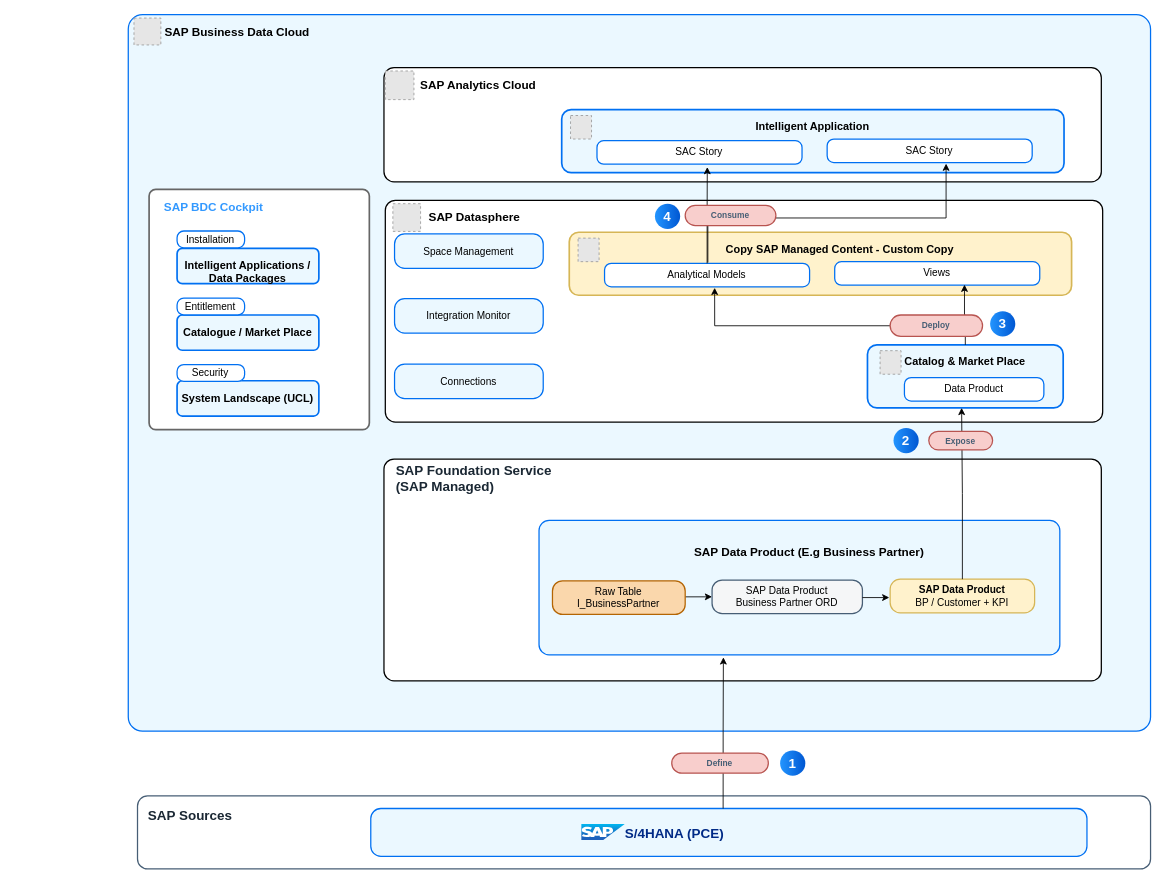
The draw.io diagram docs/ref-arch/RA0013/3-intelligent-applications-greenfield-bdc/drawio/sap-managed-custom-intelligent-application.drawio in SAP/architecture-center, before the edit. Source tidied: cells renumbered, new cells numbered last; positions are measured from the earlier drawing's top-left corner, leaving out a move shared by most shapes. Both pictures are drawn from the tidied source at 84%, with x=0, y=0 at pixel (21, 14). Pictures stored in the file or linked from it are replaced by grey dashed boxes.
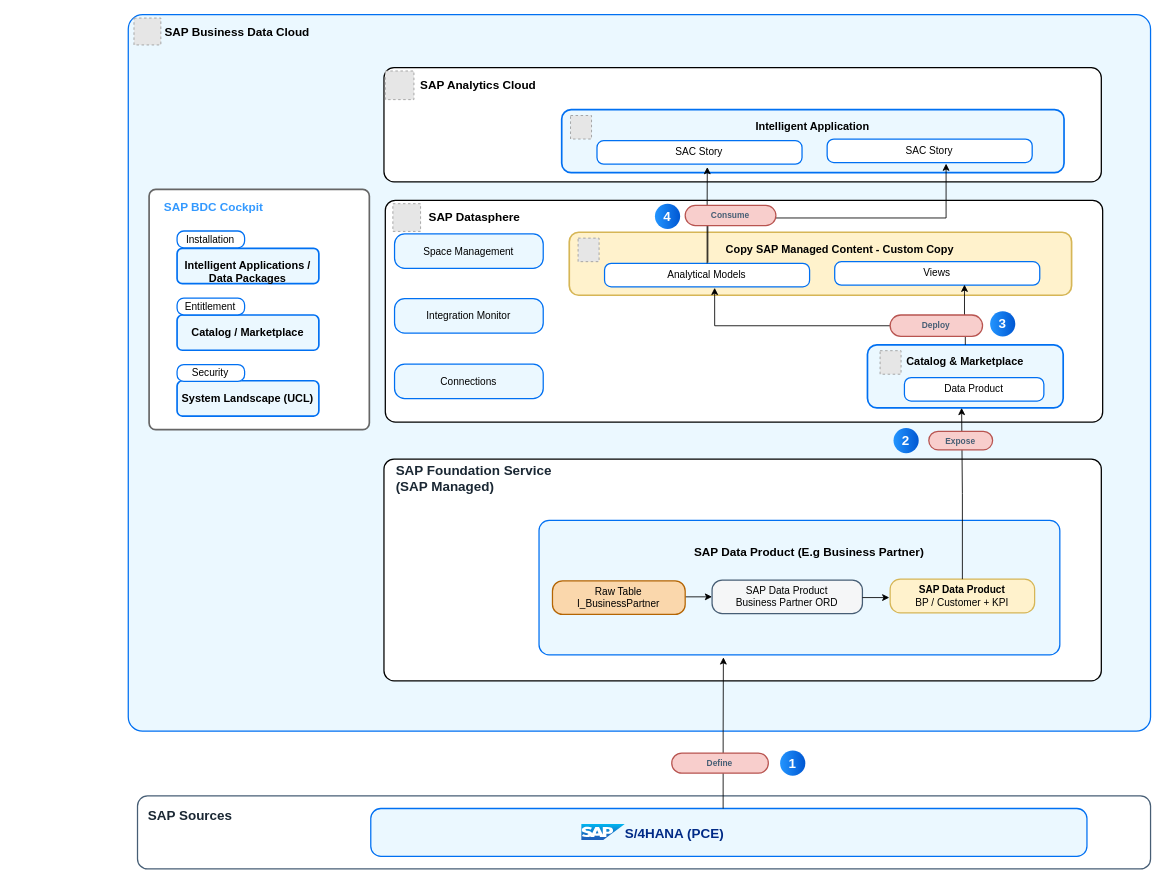
After the change.

Commit message (it also covers changes not shown here):
Fix typos and update references in documentation and diagrams related to SAP BDC and Intelligent Applications

The change refers to these unchanged cells:
```xml
<mxCell id="5" style="group;" parent="1" vertex="1">
  <mxGeometry x="138.2" y="208" width="276" height="286" as="geometry" />
</mxCell>
<mxCell id="33" style="group;" parent="1" vertex="1">
  <mxGeometry x="1007.2" y="398" width="233" height="70" as="geometry" />
</mxCell>
```

What changed in the source:
```diff
@@
-    <mxCell id="10" value="Catalogue / Market Place" style="rounded=1;whiteSpace=wrap;html=1;strokeColor=#0070F2;strokeWidth=2;fillColor=#EBF8FF;align=center;verticalAlign=top;fontStyle=1;fontSize=13;fontFamily=Arial;fontColor=#000000;spacingTop=6;" parent="5" vertex="1">
+    <mxCell id="10" value="Catalog / Marketplace" style="rounded=1;whiteSpace=wrap;html=1;strokeColor=#0070F2;strokeWidth=2;fillColor=#EBF8FF;align=center;verticalAlign=top;fontStyle=1;fontSize=13;fontFamily=Arial;fontColor=#000000;spacingTop=6;" parent="5" vertex="1">
       <mxGeometry x="47.1" y="149.5" width="168.8" height="42" as="geometry" />
     </mxCell>
@@
-    <mxCell id="34" value="Catalog &amp;amp; Market Place" style="rounded=1;whiteSpace=wrap;html=1;strokeColor=#0070F2;strokeWidth=2;fillColor=#EBF8FF;align=center;verticalAlign=top;fontStyle=1;fontSize=13;fontFamily=Arial;fontColor=#000000;spacingTop=6;" parent="33" vertex="1">
+    <mxCell id="34" value="Catalog &amp;amp; Marketplace" style="rounded=1;whiteSpace=wrap;html=1;strokeColor=#0070F2;strokeWidth=2;fillColor=#EBF8FF;align=center;verticalAlign=top;fontStyle=1;fontSize=13;fontFamily=Arial;fontColor=#000000;spacingTop=6;" parent="33" vertex="1">
       <mxGeometry y="-5" width="233" height="75" as="geometry" />
     </mxCell>
```
